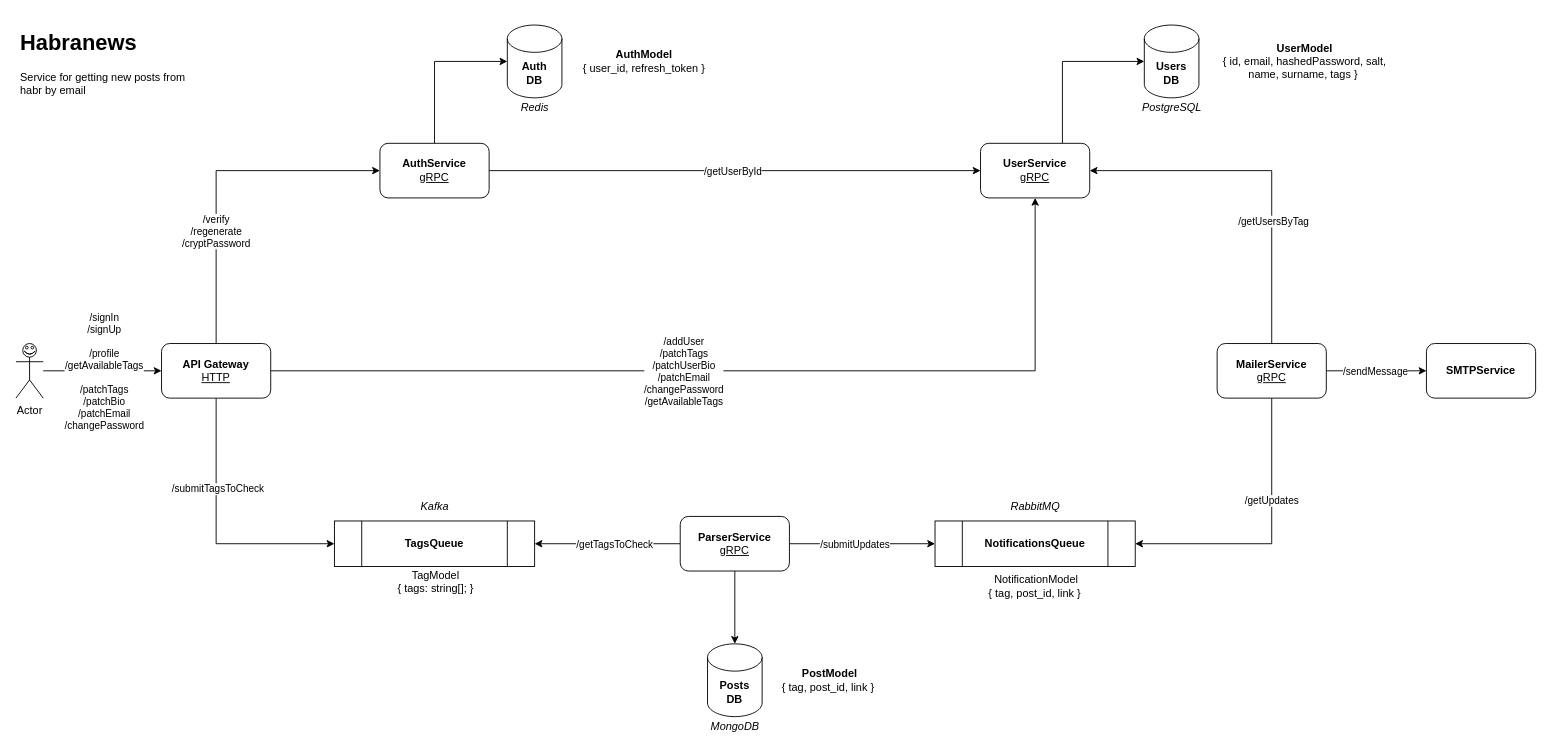
ythosa/habranews keeps this draw.io diagram as page "Architecture" (1 of 5) of news-alert-architecture.drawio. Above is the earlier version. Source tidied: cells renumbered, new cells numbered last; positions are measured from the earlier drawing's top-left corner, leaving out a move shared by most shapes. Both pictures are drawn from the tidied source at 91%, with x=0, y=0 at pixel (15, 25).
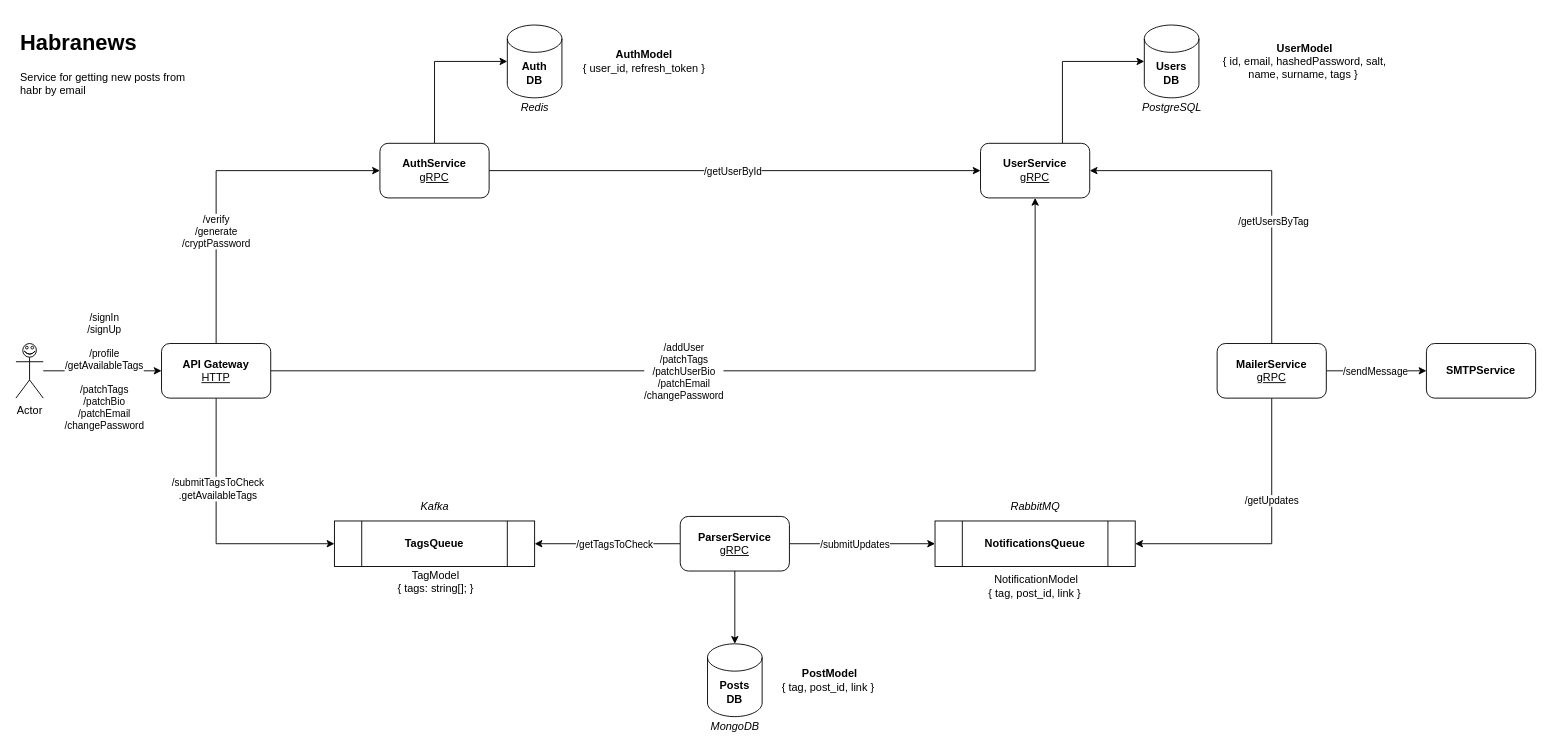
The same diagram, later.

Unchanged cells that the change refers to:
```xml
<mxCell id="2" style="edgeStyle=orthogonalEdgeStyle;rounded=0;jettySize=auto;html=1;exitX=0.5;exitY=1;exitDx=0;exitDy=0;entryX=0;entryY=0.5;entryDx=0;entryDy=0;" parent="1" edge="1" source="8" target="33">
  <mxGeometry relative="1" as="geometry" />
</mxCell>
<mxCell id="4" style="edgeStyle=orthogonalEdgeStyle;rounded=0;jettySize=auto;html=1;exitX=1;exitY=0.5;exitDx=0;exitDy=0;entryX=0.5;entryY=1;entryDx=0;entryDy=0;" parent="1" edge="1" source="8" target="10">
  <mxGeometry relative="1" as="geometry" />
</mxCell>
<mxCell id="6" style="edgeStyle=orthogonalEdgeStyle;rounded=0;jettySize=auto;html=1;entryX=0;entryY=0.5;entryDx=0;entryDy=0;exitX=0.5;exitY=0;exitDx=0;exitDy=0;" parent="1" edge="1" source="8" target="31">
  <mxGeometry relative="1" as="geometry" />
</mxCell>
```

What changed in the source:
```diff
@@
-    <mxCell id="3" value="/submitTagsToCheck" style="edgeLabel;html=1;align=center;verticalAlign=middle;" parent="2" vertex="1">
+    <mxCell id="3" value="/submitTagsToCheck&lt;br&gt;.getAvailableTags" style="edgeLabel;html=1;align=center;verticalAlign=middle;" parent="2" vertex="1">
       <mxGeometry x="-0.32" y="1" relative="1" as="geometry" />
     </mxCell>
@@
-    <mxCell id="5" value="/addUser&lt;br&gt;/patchTags&lt;br&gt;/patchUserBio&lt;br&gt;/patchEmail&lt;br&gt;/changePassword&lt;br&gt;/getAvailableTags" style="edgeLabel;html=1;align=center;verticalAlign=middle;" parent="4" vertex="1">
+    <mxCell id="5" value="/addUser&lt;br&gt;/patchTags&lt;br&gt;/patchUserBio&lt;br&gt;/patchEmail&lt;br&gt;/changePassword" style="edgeLabel;html=1;align=center;verticalAlign=middle;" parent="4" vertex="1">
       <mxGeometry x="-0.12" y="-5" relative="1" as="geometry">
         <mxPoint y="-5" as="offset" />
       </mxGeometry>
     </mxCell>
@@
-    <mxCell id="7" value="/verify&lt;br&gt;/regenerate&lt;br&gt;/cryptPassword" style="edgeLabel;html=1;align=center;verticalAlign=middle;" parent="6" vertex="1">
+    <mxCell id="7" value="/verify&lt;br&gt;/generate&lt;br&gt;/cryptPassword" style="edgeLabel;html=1;align=center;verticalAlign=middle;" parent="6" vertex="1">
       <mxGeometry x="0.05" y="2" relative="1" as="geometry">
         <mxPoint x="-5" y="68" as="offset" />
       </mxGeometry>
     </mxCell>
```
